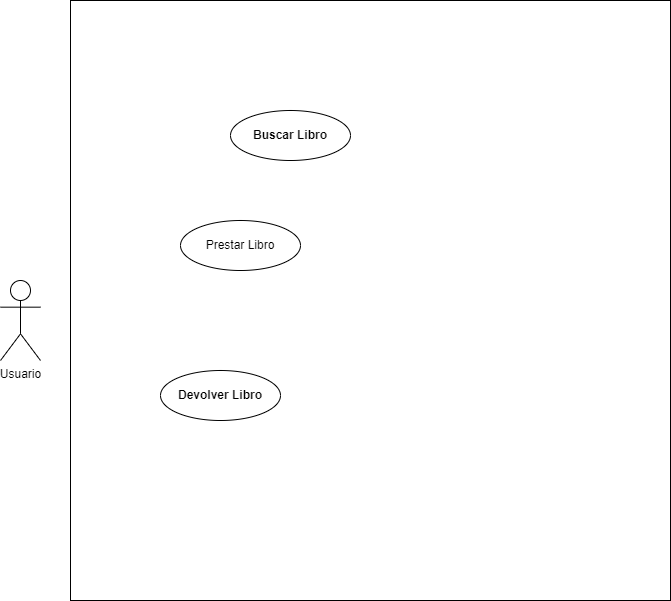
Above: Casos de uso/Casos de uso de una biblioteca/Untitled Diagram.drawio.png in JVC0/ETS (draw.io), before the change. Source tidied: cells renumbered, new cells last; positions are measured from the earlier drawing's top-left corner, leaving out a move shared by most shapes.
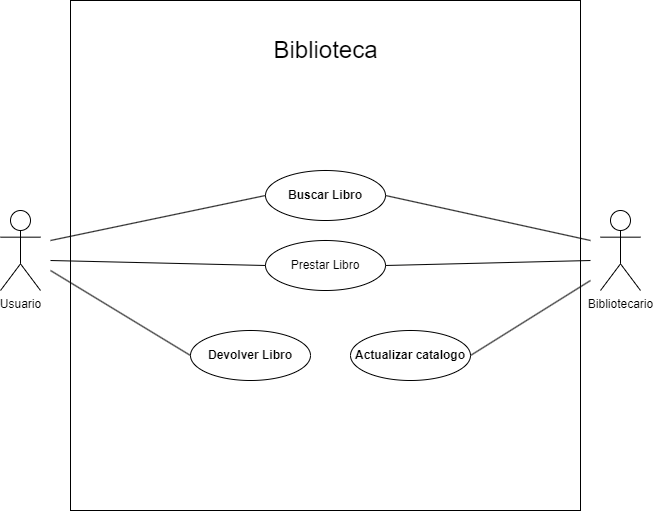
Above is the later version.

Diff of the diagram source:
```diff
@@ -6,16 +6,55 @@
       <mxGeometry y="280" width="40" height="80" as="geometry" />
     </mxCell>
     <mxCell id="3" style="whiteSpace=wrap;html=1;" parent="1" vertex="1">
-      <mxGeometry x="70" width="600" height="600" as="geometry" />
+      <mxGeometry x="70" y="70" width="510" height="510" as="geometry" />
     </mxCell>
     <mxCell id="4" value="Prestar Libro" style="ellipse;whiteSpace=wrap;html=1;" parent="1" vertex="1">
-      <mxGeometry x="180" y="220" width="120" height="50" as="geometry" />
+      <mxGeometry x="265" y="310" width="120" height="50" as="geometry" />
     </mxCell>
     <mxCell id="5" value="Devolver Libro" style="ellipse;whiteSpace=wrap;html=1;fontStyle=1;" parent="1" vertex="1">
-      <mxGeometry x="160" y="370" width="120" height="50" as="geometry" />
+      <mxGeometry x="190" y="400" width="120" height="50" as="geometry" />
     </mxCell>
     <mxCell id="6" value="Buscar Libro" style="ellipse;whiteSpace=wrap;html=1;fontStyle=1;" parent="1" vertex="1">
-      <mxGeometry x="230" y="110" width="120" height="50" as="geometry" />
+      <mxGeometry x="265" y="240" width="120" height="50" as="geometry" />
     </mxCell>
+    <mxCell id="7" style="endArrow=none;html=1;rounded=0;entryX=0;entryY=0.5;entryDx=0;entryDy=0;" parent="1" edge="1" target="6">
+      <mxGeometry relative="1" as="geometry">
+        <mxPoint x="50" y="310" as="sourcePoint" />
+      </mxGeometry>
+    </mxCell>
+    <mxCell id="8" style="endArrow=none;html=1;rounded=0;entryX=0;entryY=0.5;entryDx=0;entryDy=0;" parent="1" edge="1" target="4">
+      <mxGeometry relative="1" as="geometry">
+        <mxPoint x="50" y="330" as="sourcePoint" />
+      </mxGeometry>
+    </mxCell>
+    <mxCell id="9" style="endArrow=none;html=1;rounded=0;entryX=0;entryY=0.5;entryDx=0;entryDy=0;" parent="1" edge="1" target="5">
+      <mxGeometry relative="1" as="geometry">
+        <mxPoint x="50" y="340" as="sourcePoint" />
+      </mxGeometry>
+    </mxCell>
+    <mxCell id="10" value="&lt;font style=&quot;font-size: 24px;&quot;&gt;Biblioteca&lt;/font&gt;" style="text;html=1;align=center;verticalAlign=middle;strokeColor=none;fillColor=none;" parent="1" vertex="1">
+      <mxGeometry x="260" y="100" width="130" height="40" as="geometry" />
+    </mxCell>
+    <mxCell id="11" value="Bibliotecario" style="shape=umlActor;verticalLabelPosition=bottom;verticalAlign=top;html=1;" parent="1" vertex="1">
+      <mxGeometry x="600" y="280" width="40" height="80" as="geometry" />
+    </mxCell>
+    <mxCell id="12" value="Actualizar catalogo" style="ellipse;whiteSpace=wrap;html=1;fontStyle=1;" parent="1" vertex="1">
+      <mxGeometry x="350" y="400" width="120" height="50" as="geometry" />
+    </mxCell>
+    <mxCell id="13" style="endArrow=none;html=1;rounded=0;exitX=1;exitY=0.5;exitDx=0;exitDy=0;" parent="1" edge="1" source="12">
+      <mxGeometry relative="1" as="geometry">
+        <mxPoint x="590" y="350" as="targetPoint" />
+      </mxGeometry>
+    </mxCell>
+    <mxCell id="14" style="endArrow=none;html=1;rounded=0;exitX=1;exitY=0.5;exitDx=0;exitDy=0;" parent="1" edge="1" source="4">
+      <mxGeometry relative="1" as="geometry">
+        <mxPoint x="590" y="330" as="targetPoint" />
+      </mxGeometry>
+    </mxCell>
+    <mxCell id="15" style="endArrow=none;html=1;rounded=0;exitX=1;exitY=0.5;exitDx=0;exitDy=0;" parent="1" edge="1" source="6">
+      <mxGeometry relative="1" as="geometry">
+        <mxPoint x="590" y="310" as="targetPoint" />
+      </mxGeometry>
+    </mxCell>
   </root>
 </mxGraphModel>
```
